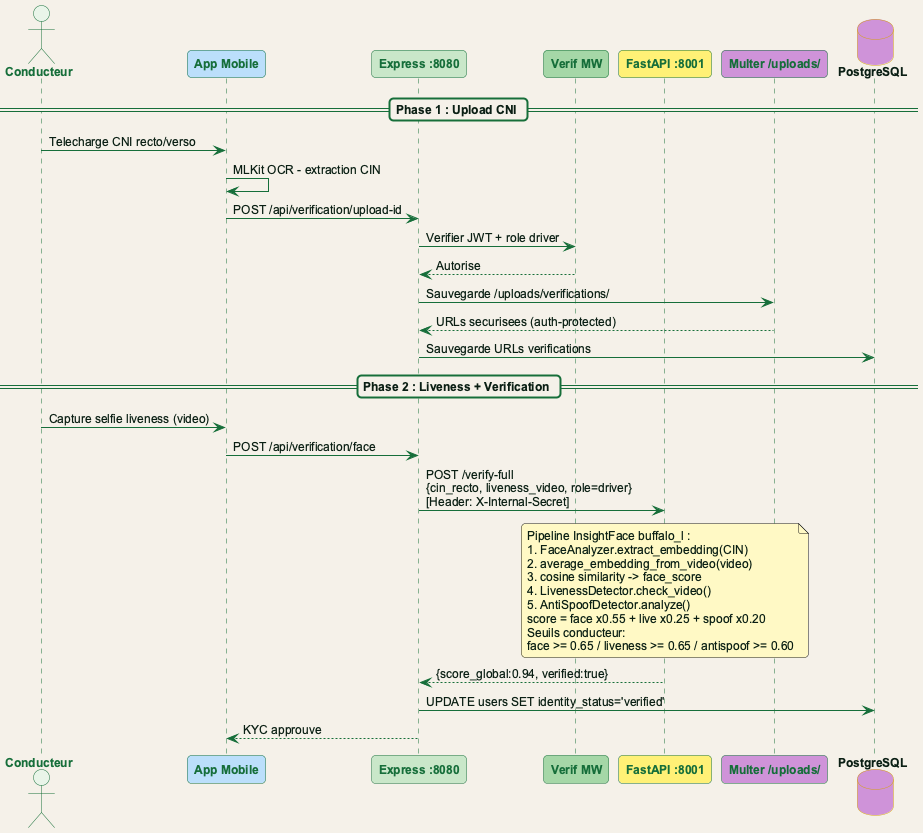
The PlantUML diagram plantuml/output/fig2_3_sequence_kyc.png in Belhormamohamed13/Memiore_RohWinBghit, before a commit.
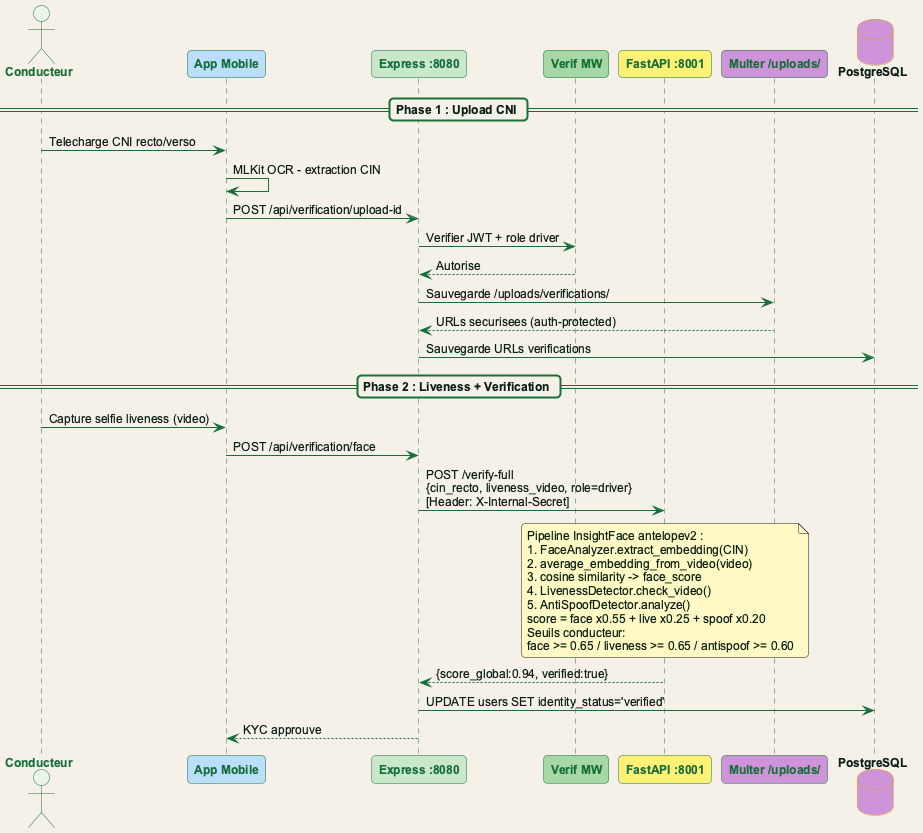
The same diagram one commit later.

Change to the diagram source:
```diff
@@ -25,7 +25,7 @@
 Express -> FastAPI : POST /verify-full\n{cin_recto, liveness_video, role=driver}\n[Header: X-Internal-Secret]
 
 note over FastAPI #FFF9C4
-  Pipeline InsightFace buffalo_l :
+  Pipeline InsightFace antelopev2 :
   1. FaceAnalyzer.extract_embedding(CIN)
   2. average_embedding_from_video(video)
   3. cosine similarity -> face_score
```
